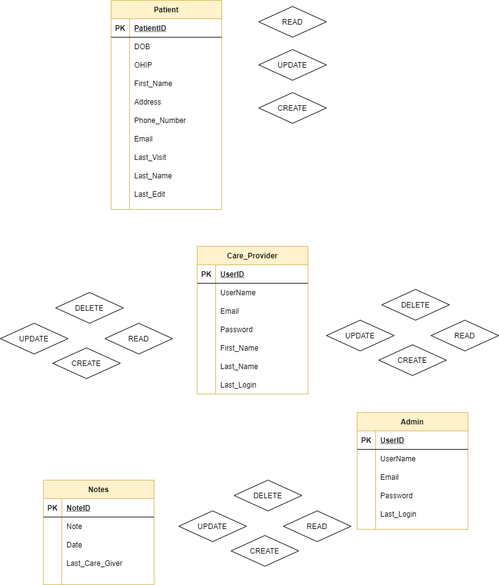
Above: group EER.png in espernguyen97/FS1030-Group-Project-Electronical-Medical-Record-Management-System-Database (draw.io), before the change. Source tidied: cells renumbered, new cells last; positions are measured from the earlier drawing's top-left corner, leaving out a move shared by most shapes.
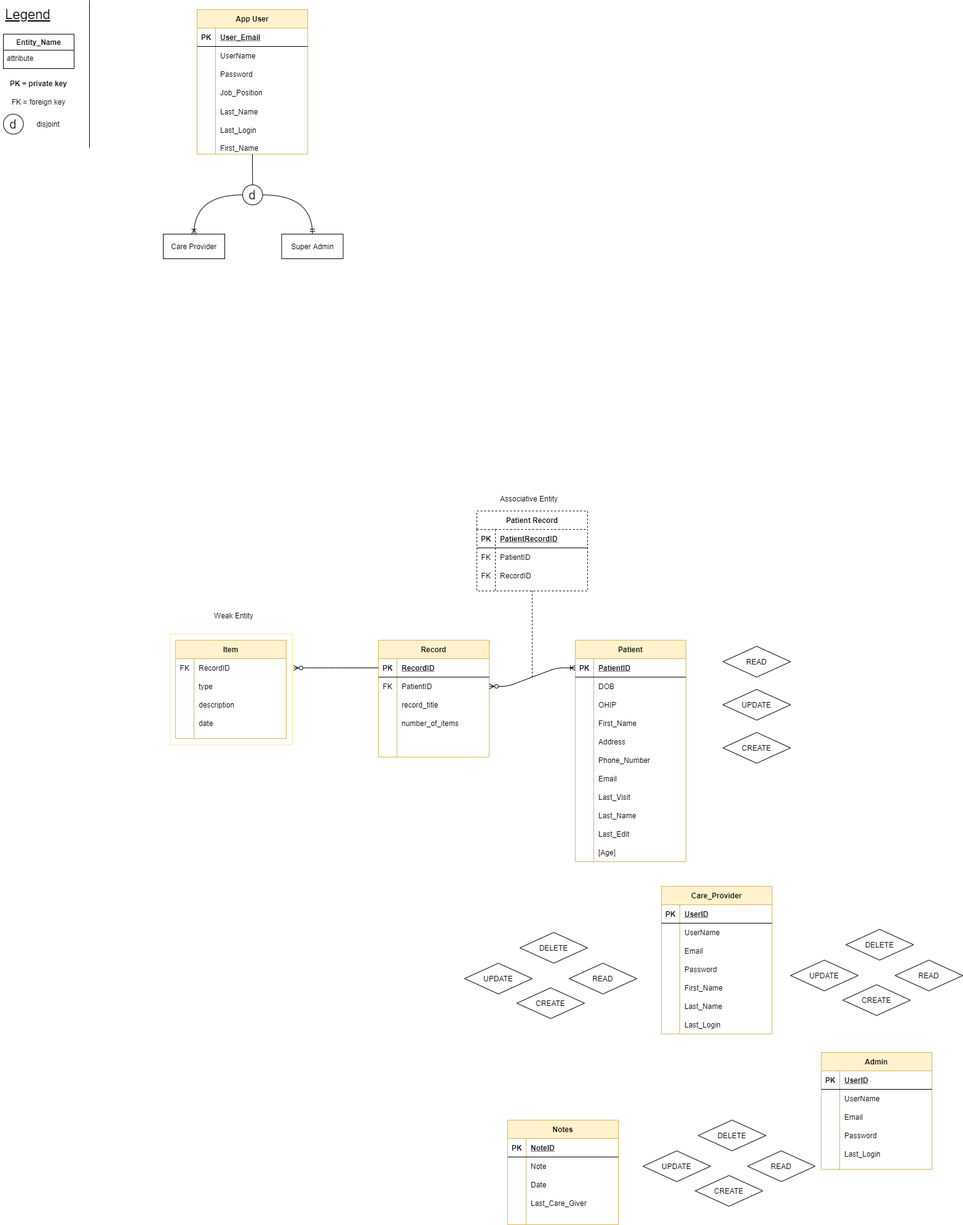
After the change.

Commit message:
Add legend and some entities to EER diagram

The edit, as a diff of the source:
```diff
@@ -2,8 +2,11 @@
   <root>
     <mxCell id="0" />
     <mxCell id="1" parent="0" />
+    <mxCell id="79" style="rounded=0;whiteSpace=wrap;html=1;strokeColor=#FFE599;" parent="1" vertex="1">
+      <mxGeometry x="-479" y="-10" width="199" height="180" as="geometry" />
+    </mxCell>
     <mxCell id="2" value="Patient" style="shape=table;startSize=30;rowLines=0;fontStyle=1;align=center;fillColor=#fff2cc;strokeColor=#d6b656;" parent="1" vertex="1">
-      <mxGeometry x="180" width="180" height="340" as="geometry" />
+      <mxGeometry x="180" width="180" height="360" as="geometry" />
     </mxCell>
     <mxCell id="3" style="shape=partialRectangle;fillColor=none;top=0;left=0;bottom=1;right=0;points=[[0,0.5],[1,0.5]];portConstraint=eastwest;" parent="2" vertex="1">
       <mxGeometry y="30" width="180" height="30" as="geometry" />
@@ -233,5 +236,250 @@
     <mxCell id="78" value="Last_Edit" style="shape=partialRectangle;fillColor=none;top=0;left=0;bottom=0;right=0;align=left;spacingLeft=6;overflow=hidden;" parent="1" vertex="1">
       <mxGeometry x="210" y="300" width="150" height="30" as="geometry" />
     </mxCell>
+    <mxCell id="80" value="&lt;font style=&quot;font-size: 22px&quot;&gt;&lt;u&gt;Legend&lt;/u&gt;&lt;/font&gt;" style="text;html=1;strokeColor=none;fillColor=none;align=center;verticalAlign=middle;whiteSpace=wrap;rounded=0;" parent="1" vertex="1">
+      <mxGeometry x="-755" y="-1035" width="90" height="35" as="geometry" />
+    </mxCell>
+    <mxCell id="81" value="Entity_Name" style="swimlane;fontStyle=1;horizontal=1;startSize=26;align=center;fontSize=12;" parent="1" vertex="1">
+      <mxGeometry x="-750" y="-985" width="115" height="56" as="geometry" />
+    </mxCell>
+    <mxCell id="82" value="attribute" style="text;strokeColor=none;fillColor=none;spacingLeft=4;spacingRight=4;overflow=hidden;fontSize=12;" parent="81" vertex="1">
+      <mxGeometry y="26" width="115" height="30" as="geometry" />
+    </mxCell>
+    <mxCell id="83" value="&lt;font style=&quot;font-size: 12px&quot;&gt;&lt;b&gt;PK = private key&lt;/b&gt;&lt;/font&gt;" style="text;html=1;strokeColor=none;fillColor=none;align=center;verticalAlign=middle;whiteSpace=wrap;rounded=0;" parent="1" vertex="1">
+      <mxGeometry x="-755" y="-915" width="125" height="20" as="geometry" />
+    </mxCell>
+    <mxCell id="84" value="&lt;font style=&quot;font-size: 12px&quot;&gt;FK = foreign key&lt;/font&gt;" style="text;html=1;strokeColor=none;fillColor=none;align=center;verticalAlign=middle;whiteSpace=wrap;rounded=0;" parent="1" vertex="1">
+      <mxGeometry x="-755" y="-885" width="125" height="20" as="geometry" />
+    </mxCell>
+    <mxCell id="85" style="group;" parent="1" vertex="1">
+      <mxGeometry x="-750" y="-855" width="32.5" height="32.5" as="geometry" />
+    </mxCell>
+    <mxCell id="86" style="ellipse;whiteSpace=wrap;html=1;fontSize=12;" parent="85" vertex="1">
+      <mxGeometry width="32.5" height="32.5" as="geometry" />
+    </mxCell>
+    <mxCell id="87" value="&lt;font style=&quot;font-size: 20px&quot;&gt;d&lt;/font&gt;" style="text;html=1;strokeColor=none;fillColor=none;align=center;verticalAlign=middle;whiteSpace=wrap;rounded=0;fontSize=12;" parent="85" vertex="1">
+      <mxGeometry x="2.2" y="6.2" width="28" height="20" as="geometry" />
+    </mxCell>
+    <mxCell id="88" value="disjoint" style="text;html=1;strokeColor=none;fillColor=none;align=center;verticalAlign=middle;whiteSpace=wrap;rounded=0;fontSize=12;" parent="1" vertex="1">
+      <mxGeometry x="-705" y="-848.8" width="56" height="20" as="geometry" />
+    </mxCell>
+    <mxCell id="89" style="endArrow=none;html=1;fontSize=12;" parent="1" edge="1">
+      <mxGeometry relative="1" as="geometry">
+        <mxPoint x="-610" y="-800" as="sourcePoint" />
+        <mxPoint x="-610" y="-1040" as="targetPoint" />
+      </mxGeometry>
+    </mxCell>
+    <mxCell id="90" value="App User" style="shape=table;startSize=30;rowLines=0;fontStyle=1;align=center;fillColor=#fff2cc;strokeColor=#d6b656;" parent="1" vertex="1">
+      <mxGeometry x="-435" y="-1025" width="180" height="235" as="geometry" />
+    </mxCell>
+    <mxCell id="91" style="shape=partialRectangle;fillColor=none;top=0;left=0;bottom=1;right=0;" parent="90" vertex="1">
+      <mxGeometry y="30" width="180" height="30" as="geometry" />
+    </mxCell>
+    <mxCell id="92" value="PK" style="shape=partialRectangle;fillColor=none;top=0;left=0;bottom=0;right=0;fontStyle=1;overflow=hidden;" parent="91" vertex="1">
+      <mxGeometry width="30" height="30" as="geometry" />
+    </mxCell>
+    <mxCell id="93" value="User_Email" style="shape=partialRectangle;fillColor=none;top=0;left=0;bottom=0;right=0;align=left;spacingLeft=6;fontStyle=5;overflow=hidden;" parent="91" vertex="1">
+      <mxGeometry x="30" width="150" height="30" as="geometry" />
+    </mxCell>
+    <mxCell id="94" style="shape=partialRectangle;fillColor=none;top=0;left=0;bottom=0;right=0;" parent="90" vertex="1">
+      <mxGeometry y="60" width="180" height="30" as="geometry" />
+    </mxCell>
+    <mxCell id="95" style="shape=partialRectangle;fillColor=none;top=0;left=0;bottom=0;right=0;overflow=hidden;" parent="94" vertex="1">
+      <mxGeometry width="30" height="30" as="geometry" />
+    </mxCell>
+    <mxCell id="96" value="UserName" style="shape=partialRectangle;fillColor=none;top=0;left=0;bottom=0;right=0;align=left;spacingLeft=6;overflow=hidden;" parent="94" vertex="1">
+      <mxGeometry x="30" width="150" height="30" as="geometry" />
+    </mxCell>
+    <mxCell id="97" style="shape=partialRectangle;fillColor=none;top=0;left=0;bottom=0;right=0;" parent="90" vertex="1">
+      <mxGeometry y="90" width="180" height="30" as="geometry" />
+    </mxCell>
+    <mxCell id="98" style="shape=partialRectangle;fillColor=none;top=0;left=0;bottom=0;right=0;overflow=hidden;" parent="97" vertex="1">
+      <mxGeometry width="30" height="30" as="geometry" />
+    </mxCell>
+    <mxCell id="99" value="Password" style="shape=partialRectangle;fillColor=none;top=0;left=0;bottom=0;right=0;align=left;spacingLeft=6;overflow=hidden;" parent="97" vertex="1">
+      <mxGeometry x="30" width="150" height="30" as="geometry" />
+    </mxCell>
+    <mxCell id="100" style="shape=partialRectangle;fillColor=none;top=0;left=0;bottom=0;right=0;" parent="90" vertex="1">
+      <mxGeometry y="120" width="180" height="30" as="geometry" />
+    </mxCell>
+    <mxCell id="101" style="shape=partialRectangle;fillColor=none;top=0;left=0;bottom=0;right=0;overflow=hidden;" parent="100" vertex="1">
+      <mxGeometry width="30" height="30" as="geometry" />
+    </mxCell>
+    <mxCell id="102" value="Job_Position" style="shape=partialRectangle;fillColor=none;top=0;left=0;bottom=0;right=0;align=left;spacingLeft=6;overflow=hidden;" parent="100" vertex="1">
+      <mxGeometry x="30" width="150" height="30" as="geometry" />
+    </mxCell>
+    <mxCell id="103" value="Last_Login" style="shape=partialRectangle;fillColor=none;top=0;left=0;bottom=0;right=0;align=left;spacingLeft=6;overflow=hidden;" parent="1" vertex="1">
+      <mxGeometry x="-405" y="-843.8" width="150" height="30" as="geometry" />
+    </mxCell>
+    <mxCell id="104" value="First_Name" style="shape=partialRectangle;fillColor=none;top=0;left=0;bottom=0;right=0;align=left;spacingLeft=6;overflow=hidden;" parent="1" vertex="1">
+      <mxGeometry x="-405" y="-815" width="150" height="30" as="geometry" />
+    </mxCell>
+    <mxCell id="105" value="Last_Name" style="shape=partialRectangle;fillColor=none;top=0;left=0;bottom=0;right=0;align=left;spacingLeft=6;overflow=hidden;" parent="1" vertex="1">
+      <mxGeometry x="-405" y="-873.8" width="150" height="30" as="geometry" />
+    </mxCell>
+    <mxCell id="106" style="group;" parent="1" vertex="1">
+      <mxGeometry x="-361" y="-740" width="32.5" height="32.5" as="geometry" />
+    </mxCell>
+    <mxCell id="107" style="ellipse;whiteSpace=wrap;html=1;fontSize=12;" parent="106" vertex="1">
+      <mxGeometry width="32.5" height="32.5" as="geometry" />
+    </mxCell>
+    <mxCell id="108" value="&lt;font style=&quot;font-size: 20px&quot;&gt;d&lt;/font&gt;" style="text;html=1;strokeColor=none;fillColor=none;align=center;verticalAlign=middle;whiteSpace=wrap;rounded=0;fontSize=12;" parent="106" vertex="1">
+      <mxGeometry x="2.2" y="6.2" width="28" height="20" as="geometry" />
+    </mxCell>
+    <mxCell id="109" value="Care Provider" style="whiteSpace=wrap;html=1;align=center;" parent="1" vertex="1">
+      <mxGeometry x="-490" y="-660" width="100" height="40" as="geometry" />
+    </mxCell>
+    <mxCell id="110" value="Super Admin" style="whiteSpace=wrap;html=1;align=center;" parent="1" vertex="1">
+      <mxGeometry x="-297.5" y="-660" width="100" height="40" as="geometry" />
+    </mxCell>
+    <mxCell id="111" style="endArrow=none;html=1;rounded=0;exitX=0.5;exitY=0;exitDx=0;exitDy=0;" parent="1" edge="1" source="107">
+      <mxGeometry relative="1" as="geometry">
+        <mxPoint x="-345" y="-790" as="targetPoint" />
+      </mxGeometry>
+    </mxCell>
+    <mxCell id="112" style="edgeStyle=orthogonalEdgeStyle;fontSize=12;html=1;endArrow=ERoneToMany;curved=1;exitX=0;exitY=0.5;exitDx=0;exitDy=0;entryX=0.5;entryY=0;entryDx=0;entryDy=0;" parent="1" edge="1" source="107" target="109">
+      <mxGeometry relative="1" as="geometry" />
+    </mxCell>
+    <mxCell id="113" style="edgeStyle=orthogonalEdgeStyle;fontSize=12;html=1;endArrow=ERmandOne;curved=1;exitX=1;exitY=0.5;exitDx=0;exitDy=0;entryX=0.5;entryY=0;entryDx=0;entryDy=0;" parent="1" edge="1" source="107" target="110">
+      <mxGeometry relative="1" as="geometry" />
+    </mxCell>
+    <mxCell id="114" value="Record" style="shape=table;startSize=30;rowLines=0;fontStyle=1;align=center;fillColor=#fff2cc;strokeColor=#d6b656;" parent="1" vertex="1">
+      <mxGeometry x="-140" width="180" height="190" as="geometry" />
+    </mxCell>
+    <mxCell id="115" style="shape=partialRectangle;fillColor=none;top=0;left=0;bottom=1;right=0;points=[[0,0.5],[1,0.5]];portConstraint=eastwest;" parent="114" vertex="1">
+      <mxGeometry y="30" width="180" height="30" as="geometry" />
+    </mxCell>
+    <mxCell id="116" value="PK" style="shape=partialRectangle;fillColor=none;top=0;left=0;bottom=0;right=0;fontStyle=1;overflow=hidden;" parent="115" vertex="1">
+      <mxGeometry width="30" height="30" as="geometry" />
+    </mxCell>
+    <mxCell id="117" value="RecordID" style="shape=partialRectangle;fillColor=none;top=0;left=0;bottom=0;right=0;align=left;spacingLeft=6;fontStyle=5;overflow=hidden;" parent="115" vertex="1">
+      <mxGeometry x="30" width="150" height="30" as="geometry" />
+    </mxCell>
+    <mxCell id="118" style="shape=partialRectangle;fillColor=none;top=0;left=0;bottom=0;right=0;points=[[0,0.5],[1,0.5]];portConstraint=eastwest;" parent="114" vertex="1">
+      <mxGeometry y="60" width="180" height="30" as="geometry" />
+    </mxCell>
+    <mxCell id="119" value="FK" style="shape=partialRectangle;fillColor=none;top=0;left=0;bottom=0;right=0;overflow=hidden;" parent="118" vertex="1">
+      <mxGeometry width="30" height="30" as="geometry" />
+    </mxCell>
+    <mxCell id="120" value="PatientID" style="shape=partialRectangle;fillColor=none;top=0;left=0;bottom=0;right=0;align=left;spacingLeft=6;overflow=hidden;" parent="118" vertex="1">
+      <mxGeometry x="30" width="150" height="30" as="geometry" />
+    </mxCell>
+    <mxCell id="121" style="shape=partialRectangle;fillColor=none;top=0;left=0;bottom=0;right=0;" parent="114" vertex="1">
+      <mxGeometry y="90" width="180" height="30" as="geometry" />
+    </mxCell>
+    <mxCell id="122" style="shape=partialRectangle;fillColor=none;top=0;left=0;bottom=0;right=0;overflow=hidden;" parent="121" vertex="1">
+      <mxGeometry width="30" height="30" as="geometry" />
+    </mxCell>
+    <mxCell id="123" value="record_title" style="shape=partialRectangle;fillColor=none;top=0;left=0;bottom=0;right=0;align=left;spacingLeft=6;overflow=hidden;" parent="121" vertex="1">
+      <mxGeometry x="30" width="150" height="30" as="geometry" />
+    </mxCell>
+    <mxCell id="124" style="shape=partialRectangle;fillColor=none;top=0;left=0;bottom=0;right=0;" parent="114" vertex="1">
+      <mxGeometry y="120" width="180" height="30" as="geometry" />
+    </mxCell>
+    <mxCell id="125" style="shape=partialRectangle;fillColor=none;top=0;left=0;bottom=0;right=0;overflow=hidden;" parent="124" vertex="1">
+      <mxGeometry width="30" height="30" as="geometry" />
+    </mxCell>
+    <mxCell id="126" value="number_of_items" style="shape=partialRectangle;fillColor=none;top=0;left=0;bottom=0;right=0;align=left;spacingLeft=6;overflow=hidden;" parent="124" vertex="1">
+      <mxGeometry x="30" width="150" height="30" as="geometry" />
+    </mxCell>
+    <mxCell id="127" style="shape=partialRectangle;fillColor=none;top=0;left=0;bottom=0;right=0;" parent="114" vertex="1">
+      <mxGeometry y="150" width="180" height="30" as="geometry" />
+    </mxCell>
+    <mxCell id="128" style="shape=partialRectangle;fillColor=none;top=0;left=0;bottom=0;right=0;overflow=hidden;" parent="127" vertex="1">
+      <mxGeometry width="30" height="30" as="geometry" />
+    </mxCell>
+    <mxCell id="129" style="shape=partialRectangle;fillColor=none;top=0;left=0;bottom=0;right=0;align=left;spacingLeft=6;overflow=hidden;" parent="127" vertex="1">
+      <mxGeometry x="30" width="150" height="30" as="geometry" />
+    </mxCell>
+    <mxCell id="130" value="[Age]" style="shape=partialRectangle;fillColor=none;top=0;left=0;bottom=0;right=0;align=left;spacingLeft=6;overflow=hidden;" parent="1" vertex="1">
+      <mxGeometry x="210" y="330" width="150" height="30" as="geometry" />
+    </mxCell>
+    <mxCell id="131" style="edgeStyle=entityRelationEdgeStyle;fontSize=12;html=1;endArrow=ERoneToMany;startArrow=ERzeroToMany;entryX=0;entryY=0.5;entryDx=0;entryDy=0;exitX=1;exitY=0.5;exitDx=0;exitDy=0;" parent="1" edge="1" source="118" target="3">
+      <mxGeometry relative="1" as="geometry" />
+    </mxCell>
+    <mxCell id="132" style="endArrow=none;html=1;rounded=0;dashed=1;" parent="1" edge="1">
+      <mxGeometry relative="1" as="geometry">
+        <mxPoint x="110" y="60" as="sourcePoint" />
+        <mxPoint x="110" y="-80" as="targetPoint" />
+      </mxGeometry>
+    </mxCell>
+    <mxCell id="133" value="Patient Record" style="shape=table;startSize=30;rowLines=0;fontStyle=1;align=center;dashed=1;" parent="1" vertex="1">
+      <mxGeometry x="20" y="-210" width="180" height="130" as="geometry" />
+    </mxCell>
+    <mxCell id="134" style="shape=partialRectangle;fillColor=none;top=0;left=0;bottom=1;right=0;" parent="133" vertex="1">
+      <mxGeometry y="30" width="180" height="30" as="geometry" />
+    </mxCell>
+    <mxCell id="135" value="PK" style="shape=partialRectangle;fillColor=none;top=0;left=0;bottom=0;right=0;fontStyle=1;overflow=hidden;" parent="134" vertex="1">
+      <mxGeometry width="30" height="30" as="geometry" />
+    </mxCell>
+    <mxCell id="136" value="PatientRecordID" style="shape=partialRectangle;fillColor=none;top=0;left=0;bottom=0;right=0;align=left;spacingLeft=6;fontStyle=5;overflow=hidden;" parent="134" vertex="1">
+      <mxGeometry x="30" width="150" height="30" as="geometry" />
+    </mxCell>
+    <mxCell id="137" style="shape=partialRectangle;fillColor=none;top=0;left=0;bottom=0;right=0;" parent="133" vertex="1">
+      <mxGeometry y="60" width="180" height="30" as="geometry" />
+    </mxCell>
+    <mxCell id="138" value="FK" style="shape=partialRectangle;fillColor=none;top=0;left=0;bottom=0;right=0;overflow=hidden;" parent="137" vertex="1">
+      <mxGeometry width="30" height="30" as="geometry" />
+    </mxCell>
+    <mxCell id="139" value="PatientID" style="shape=partialRectangle;fillColor=none;top=0;left=0;bottom=0;right=0;align=left;spacingLeft=6;overflow=hidden;" parent="137" vertex="1">
+      <mxGeometry x="30" width="150" height="30" as="geometry" />
+    </mxCell>
+    <mxCell id="140" style="shape=partialRectangle;fillColor=none;top=0;left=0;bottom=0;right=0;" parent="133" vertex="1">
+      <mxGeometry y="90" width="180" height="30" as="geometry" />
+    </mxCell>
+    <mxCell id="141" value="FK" style="shape=partialRectangle;fillColor=none;top=0;left=0;bottom=0;right=0;overflow=hidden;" parent="140" vertex="1">
+      <mxGeometry width="30" height="30" as="geometry" />
+    </mxCell>
+    <mxCell id="142" value="RecordID" style="shape=partialRectangle;fillColor=none;top=0;left=0;bottom=0;right=0;align=left;spacingLeft=6;overflow=hidden;" parent="140" vertex="1">
+      <mxGeometry x="30" width="150" height="30" as="geometry" />
+    </mxCell>
+    <mxCell id="143" value="Associative Entity" style="text;html=1;strokeColor=none;fillColor=none;align=center;verticalAlign=middle;whiteSpace=wrap;rounded=0;" parent="1" vertex="1">
+      <mxGeometry x="50" y="-240" width="110" height="20" as="geometry" />
+    </mxCell>
+    <mxCell id="144" value="Item" style="shape=table;startSize=30;rowLines=0;fontStyle=1;align=center;fillColor=#fff2cc;strokeColor=#d6b656;" parent="1" vertex="1">
+      <mxGeometry x="-470" width="180" height="160" as="geometry" />
+    </mxCell>
+    <mxCell id="145" style="shape=partialRectangle;fillColor=none;top=0;left=0;bottom=0;right=0;" parent="144" vertex="1">
+      <mxGeometry y="30" width="180" height="30" as="geometry" />
+    </mxCell>
+    <mxCell id="146" value="FK" style="shape=partialRectangle;fillColor=none;top=0;left=0;bottom=0;right=0;overflow=hidden;" parent="145" vertex="1">
+      <mxGeometry width="30" height="30" as="geometry" />
+    </mxCell>
+    <mxCell id="147" value="RecordID" style="shape=partialRectangle;fillColor=none;top=0;left=0;bottom=0;right=0;align=left;spacingLeft=6;overflow=hidden;" parent="145" vertex="1">
+      <mxGeometry x="30" width="150" height="30" as="geometry" />
+    </mxCell>
+    <mxCell id="148" style="shape=partialRectangle;fillColor=none;top=0;left=0;bottom=0;right=0;" parent="144" vertex="1">
+      <mxGeometry y="60" width="180" height="30" as="geometry" />
+    </mxCell>
+    <mxCell id="149" style="shape=partialRectangle;fillColor=none;top=0;left=0;bottom=0;right=0;overflow=hidden;" parent="148" vertex="1">
+      <mxGeometry width="30" height="30" as="geometry" />
+    </mxCell>
+    <mxCell id="150" value="type" style="shape=partialRectangle;fillColor=none;top=0;left=0;bottom=0;right=0;align=left;spacingLeft=6;overflow=hidden;" parent="148" vertex="1">
+      <mxGeometry x="30" width="150" height="30" as="geometry" />
+    </mxCell>
+    <mxCell id="151" style="shape=partialRectangle;fillColor=none;top=0;left=0;bottom=0;right=0;" parent="144" vertex="1">
+      <mxGeometry y="90" width="180" height="30" as="geometry" />
+    </mxCell>
+    <mxCell id="152" style="shape=partialRectangle;fillColor=none;top=0;left=0;bottom=0;right=0;overflow=hidden;" parent="151" vertex="1">
+      <mxGeometry width="30" height="30" as="geometry" />
+    </mxCell>
+    <mxCell id="153" value="description" style="shape=partialRectangle;fillColor=none;top=0;left=0;bottom=0;right=0;align=left;spacingLeft=6;overflow=hidden;" parent="151" vertex="1">
+      <mxGeometry x="30" width="150" height="30" as="geometry" />
+    </mxCell>
+    <mxCell id="154" style="shape=partialRectangle;fillColor=none;top=0;left=0;bottom=0;right=0;" parent="144" vertex="1">
+      <mxGeometry y="120" width="180" height="30" as="geometry" />
+    </mxCell>
+    <mxCell id="155" style="shape=partialRectangle;fillColor=none;top=0;left=0;bottom=0;right=0;overflow=hidden;" parent="154" vertex="1">
+      <mxGeometry width="30" height="30" as="geometry" />
+    </mxCell>
+    <mxCell id="156" value="date" style="shape=partialRectangle;fillColor=none;top=0;left=0;bottom=0;right=0;align=left;spacingLeft=6;overflow=hidden;" parent="154" vertex="1">
+      <mxGeometry x="30" width="150" height="30" as="geometry" />
+    </mxCell>
+    <mxCell id="157" style="edgeStyle=elbowEdgeStyle;fontSize=12;html=1;endArrow=ERzeroToMany;endFill=1;exitX=0;exitY=0.5;exitDx=0;exitDy=0;entryX=1.01;entryY=0.306;entryDx=0;entryDy=0;entryPerimeter=0;" parent="1" edge="1" source="115" target="79">
+      <mxGeometry relative="1" as="geometry" />
+    </mxCell>
+    <mxCell id="158" value="Weak Entity" style="text;html=1;strokeColor=none;fillColor=none;align=center;verticalAlign=middle;whiteSpace=wrap;rounded=0;" parent="1" vertex="1">
+      <mxGeometry x="-420" y="-50" width="90" height="20" as="geometry" />
+    </mxCell>
   </root>
 </mxGraphModel>
```
